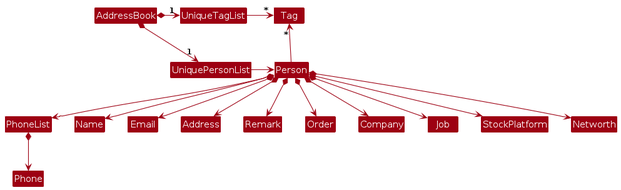
Earlier version of the PlantUML export diagrams/BetterModelClassDiagram.png (RickyHFR/tp). Its source is kept beside it as diagrams/BetterModelClassDiagram.puml. The source it was exported from:
```plantuml
@startuml
!include style.puml
skinparam arrowThickness 1.1
skinparam arrowColor MODEL_COLOR
skinparam classBackgroundColor MODEL_COLOR

AddressBook *-right-> "1" UniquePersonList
AddressBook *-right-> "1" UniqueTagList
UniqueTagList -[hidden]down- UniquePersonList
UniqueTagList -[hidden]down- UniquePersonList

UniqueTagList -right-> "*" Tag
UniquePersonList -right-> Person

Person -up-> "*" Tag

PhoneList *--> Phone

Person *--> Name
Person *--> PhoneList
Person *--> Email
Person *--> Address
Person *--> Remark
Person *--> Order
Person *--> Company
Person *--> Job
Person *--> StockPlatform
Person *--> Networth
@enduml
```
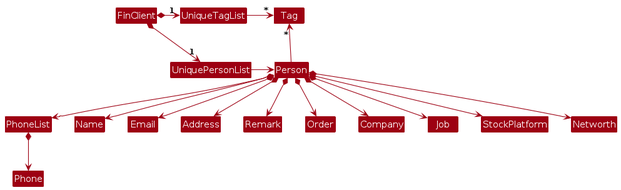
Above is the later version.

The edit, as a diff of the source:
```diff
@@ -4,8 +4,8 @@
 skinparam arrowColor MODEL_COLOR
 skinparam classBackgroundColor MODEL_COLOR
 
-AddressBook *-right-> "1" UniquePersonList
-AddressBook *-right-> "1" UniqueTagList
+FinClient *-right-> "1" UniquePersonList
+FinClient *-right-> "1" UniqueTagList
 UniqueTagList -[hidden]down- UniquePersonList
 UniqueTagList -[hidden]down- UniquePersonList
 
```
